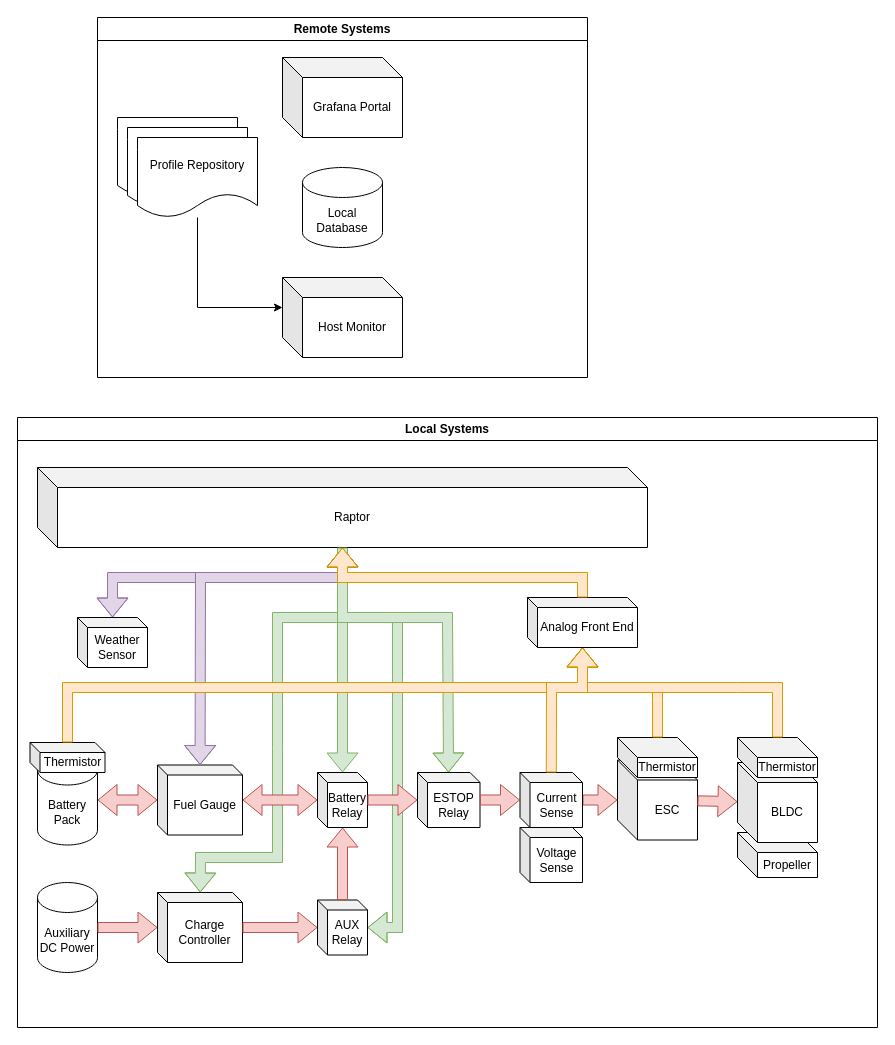
Before: page "ページ2" (2 of 2) of raptor/v1/Topology.drawio in dronectl/ddd, a draw.io diagram. Source tidied: cells renumbered, new cells numbered last; positions are measured from the earlier drawing's top-left corner, leaving out a move shared by most shapes. Both pictures are drawn from the tidied source at 100%, with x=0, y=0 at pixel (17, 17).
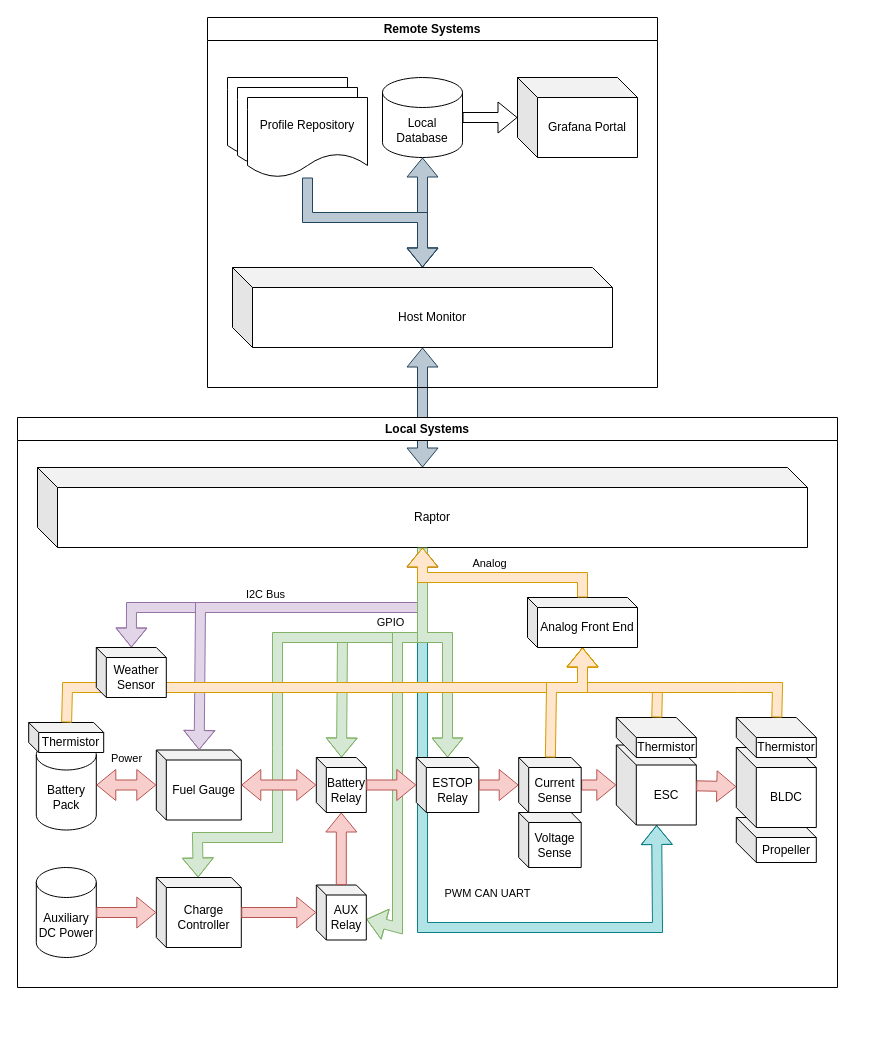
The same page after the edit.

Unchanged cells that the change refers to:
```xml
<mxCell id="28" value="Analog Front End" style="shape=cube;whiteSpace=wrap;html=1;boundedLbl=1;backgroundOutline=1;darkOpacity=0.05;darkOpacity2=0.1;size=10;" parent="2" vertex="1">
  <mxGeometry x="510" y="180" width="110" height="50" as="geometry" />
</mxCell>
```

Diff of the diagram source:
```diff
@@
+    <mxCell id="49" style="shape=flexArrow;endArrow=classic;startArrow=classic;html=1;rounded=0;fillColor=#bac8d3;strokeColor=#23445d;" parent="1" edge="1" source="7" target="42">
+      <mxGeometry relative="1" as="geometry" />
+    </mxCell>
     <mxCell id="2" value="Local Systems" style="swimlane;whiteSpace=wrap;html=1;" parent="1" vertex="1">
-      <mxGeometry y="400" width="860" height="610" as="geometry" />
+      <mxGeometry y="400" width="820" height="570" as="geometry" />
     </mxCell>
+    <mxCell id="50" style="shape=flexArrow;endArrow=classic;html=1;rounded=0;fillColor=#b0e3e6;strokeColor=#0e8088;" parent="2" edge="1" source="7" target="9">
+      <mxGeometry relative="1" as="geometry">
+        <Array as="points">
+          <mxPoint x="405" y="510" />
+          <mxPoint x="640" y="510" />
+        </Array>
+      </mxGeometry>
+    </mxCell>
     <mxCell id="3" style="shape=flexArrow;endArrow=classic;html=1;rounded=0;fillColor=#d5e8d4;strokeColor=#82b366;" parent="2" edge="1" source="7" target="10">
-      <mxGeometry relative="1" as="geometry" />
+      <mxGeometry relative="1" as="geometry">
+        <Array as="points">
+          <mxPoint x="405" y="220" />
+          <mxPoint x="325" y="220" />
+        </Array>
+      </mxGeometry>
     </mxCell>
     <mxCell id="4" style="shape=flexArrow;endArrow=classic;html=1;rounded=0;fillColor=#d5e8d4;strokeColor=#82b366;" parent="2" edge="1" source="7" target="13">
       <mxGeometry relative="1" as="geometry">
         <Array as="points">
-          <mxPoint x="325" y="200" />
-          <mxPoint x="260" y="200" />
+          <mxPoint x="405" y="220" />
+          <mxPoint x="260" y="220" />
           <mxPoint x="260" y="330" />
-          <mxPoint x="260" y="440" />
-          <mxPoint x="183" y="440" />
+          <mxPoint x="260" y="420" />
+          <mxPoint x="180" y="420" />
         </Array>
       </mxGeometry>
     </mxCell>
+    <mxCell id="51" value="GPIO" style="edgeLabel;html=1;align=center;verticalAlign=middle;" parent="4" vertex="1">
+      <mxGeometry x="-0.55" y="2" relative="1" as="geometry">
+        <mxPoint x="2" y="-18" as="offset" />
+      </mxGeometry>
+    </mxCell>
     <mxCell id="5" style="shape=flexArrow;endArrow=classic;html=1;rounded=0;fillColor=#d5e8d4;strokeColor=#82b366;" parent="2" edge="1" source="7" target="16">
       <mxGeometry relative="1" as="geometry">
         <Array as="points">
-          <mxPoint x="325" y="200" />
-          <mxPoint x="380" y="200" />
+          <mxPoint x="405" y="220" />
+          <mxPoint x="380" y="220" />
           <mxPoint x="380" y="510" />
         </Array>
       </mxGeometry>
     </mxCell>
     <mxCell id="6" value="Propeller" style="shape=cube;whiteSpace=wrap;html=1;boundedLbl=1;backgroundOutline=1;darkOpacity=0.05;darkOpacity2=0.1;size=20;" parent="2" vertex="1">
-      <mxGeometry x="720" y="415" width="80" height="45" as="geometry" />
+      <mxGeometry x="718.8" y="400" width="80" height="45" as="geometry" />
     </mxCell>
     <mxCell id="7" value="Raptor" style="shape=cube;whiteSpace=wrap;html=1;boundedLbl=1;backgroundOutline=1;darkOpacity=0.05;darkOpacity2=0.1;" parent="2" vertex="1">
-      <mxGeometry x="20" y="50" width="610" height="80" as="geometry" />
+      <mxGeometry x="20" y="50" width="770" height="80" as="geometry" />
     </mxCell>
     <mxCell id="8" value="BLDC" style="shape=cube;whiteSpace=wrap;html=1;boundedLbl=1;backgroundOutline=1;darkOpacity=0.05;darkOpacity2=0.1;" parent="2" vertex="1">
-      <mxGeometry x="720" y="345" width="80" height="80" as="geometry" />
+      <mxGeometry x="718.8" y="330" width="80" height="80" as="geometry" />
     </mxCell>
     <mxCell id="9" value="ESC" style="shape=cube;whiteSpace=wrap;html=1;boundedLbl=1;backgroundOutline=1;darkOpacity=0.05;darkOpacity2=0.1;" parent="2" vertex="1">
-      <mxGeometry x="600" y="342.5" width="80" height="80" as="geometry" />
+      <mxGeometry x="598.8" y="327.5" width="80" height="80" as="geometry" />
     </mxCell>
     <mxCell id="10" value="Battery Relay" style="shape=cube;whiteSpace=wrap;html=1;boundedLbl=1;backgroundOutline=1;darkOpacity=0.05;darkOpacity2=0.1;size=10;" parent="2" vertex="1">
-      <mxGeometry x="300" y="355" width="50" height="55" as="geometry" />
+      <mxGeometry x="298.8" y="340" width="50" height="55" as="geometry" />
     </mxCell>
     <mxCell id="11" value="Battery&lt;br&gt;Pack" style="shape=cylinder3;whiteSpace=wrap;html=1;boundedLbl=1;backgroundOutline=1;size=15;" parent="2" vertex="1">
-      <mxGeometry x="20" y="337.5" width="60" height="90" as="geometry" />
+      <mxGeometry x="18.8" y="322.5" width="60" height="90" as="geometry" />
     </mxCell>
     <mxCell id="12" value="Auxiliary DC Power" style="shape=cylinder3;whiteSpace=wrap;html=1;boundedLbl=1;backgroundOutline=1;size=15;" parent="2" vertex="1">
-      <mxGeometry x="20" y="465" width="60" height="90" as="geometry" />
+      <mxGeometry x="18.8" y="450" width="60" height="90" as="geometry" />
     </mxCell>
     <mxCell id="13" value="Charge Controller" style="shape=cube;whiteSpace=wrap;html=1;boundedLbl=1;backgroundOutline=1;darkOpacity=0.05;darkOpacity2=0.1;size=10;" parent="2" vertex="1">
-      <mxGeometry x="140" y="475" width="85" height="70" as="geometry" />
+      <mxGeometry x="138.8" y="460" width="85" height="70" as="geometry" />
     </mxCell>
     <mxCell id="14" value="Fuel Gauge" style="shape=cube;whiteSpace=wrap;html=1;boundedLbl=1;backgroundOutline=1;darkOpacity=0.05;darkOpacity2=0.1;size=10;" parent="2" vertex="1">
-      <mxGeometry x="140" y="347.5" width="85" height="70" as="geometry" />
+      <mxGeometry x="138.8" y="332.5" width="85" height="70" as="geometry" />
     </mxCell>
     <mxCell id="15" value="ESTOP&lt;br&gt;Relay" style="shape=cube;whiteSpace=wrap;html=1;boundedLbl=1;backgroundOutline=1;darkOpacity=0.05;darkOpacity2=0.1;size=10;" parent="2" vertex="1">
-      <mxGeometry x="400" y="355" width="62.5" height="55" as="geometry" />
+      <mxGeometry x="398.8" y="340" width="62.5" height="55" as="geometry" />
     </mxCell>
     <mxCell id="16" value="AUX&lt;br&gt;Relay" style="shape=cube;whiteSpace=wrap;html=1;boundedLbl=1;backgroundOutline=1;darkOpacity=0.05;darkOpacity2=0.1;size=10;" parent="2" vertex="1">
-      <mxGeometry x="300" y="482.5" width="50" height="55" as="geometry" />
+      <mxGeometry x="298.8" y="467.5" width="50" height="55" as="geometry" />
     </mxCell>
     <mxCell id="17" value="Thermistor" style="shape=cube;whiteSpace=wrap;html=1;boundedLbl=1;backgroundOutline=1;darkOpacity=0.05;darkOpacity2=0.1;size=10;" parent="2" vertex="1">
-      <mxGeometry x="12.5" y="325" width="75" height="30" as="geometry" />
+      <mxGeometry x="11.2" y="305" width="75" height="30" as="geometry" />
     </mxCell>
     <mxCell id="18" value="Thermistor" style="shape=cube;whiteSpace=wrap;html=1;boundedLbl=1;backgroundOutline=1;darkOpacity=0.05;darkOpacity2=0.1;size=20;" parent="2" vertex="1">
-      <mxGeometry x="600" y="320" width="80" height="40" as="geometry" />
+      <mxGeometry x="598.8" y="300" width="80" height="40" as="geometry" />
     </mxCell>
-    <mxCell id="19" value="Weather Sensor" style="shape=cube;whiteSpace=wrap;html=1;boundedLbl=1;backgroundOutline=1;darkOpacity=0.05;darkOpacity2=0.1;size=10;" parent="2" vertex="1">
-      <mxGeometry x="60" y="200" width="70" height="50" as="geometry" />
-    </mxCell>
@@
     <mxCell id="27" value="Thermistor" style="shape=cube;whiteSpace=wrap;html=1;boundedLbl=1;backgroundOutline=1;darkOpacity=0.05;darkOpacity2=0.1;size=20;" parent="2" vertex="1">
-      <mxGeometry x="720" y="320" width="80" height="40" as="geometry" />
+      <mxGeometry x="718.8" y="300" width="80" height="40" as="geometry" />
     </mxCell>
@@
     <mxCell id="29" style="shape=flexArrow;endArrow=classic;startArrow=classic;html=1;rounded=0;fillColor=#e1d5e7;strokeColor=#9673a6;" parent="2" edge="1" source="19" target="7">
       <mxGeometry relative="1" as="geometry">
         <Array as="points">
-          <mxPoint x="95" y="160" />
-          <mxPoint x="325" y="160" />
+          <mxPoint x="114" y="190" />
+          <mxPoint x="405" y="190" />
         </Array>
       </mxGeometry>
     </mxCell>
     <mxCell id="30" style="shape=flexArrow;endArrow=classic;startArrow=classic;html=1;rounded=0;fillColor=#e1d5e7;strokeColor=#9673a6;" parent="2" edge="1" source="14" target="7">
       <mxGeometry relative="1" as="geometry">
         <Array as="points">
-          <mxPoint x="183" y="160" />
-          <mxPoint x="325" y="160" />
+          <mxPoint x="183" y="190" />
+          <mxPoint x="405" y="190" />
         </Array>
       </mxGeometry>
     </mxCell>
+    <mxCell id="52" value="I2C Bus" style="edgeLabel;html=1;align=center;verticalAlign=middle;" parent="30" vertex="1">
+      <mxGeometry y="-4" relative="1" as="geometry">
+        <mxPoint x="-5" y="-18" as="offset" />
+      </mxGeometry>
+    </mxCell>
     <mxCell id="31" style="shape=flexArrow;endArrow=classic;html=1;rounded=0;fillColor=#d5e8d4;strokeColor=#82b366;" parent="2" edge="1" source="7" target="15">
       <mxGeometry relative="1" as="geometry">
         <Array as="points">
-          <mxPoint x="325" y="200" />
-          <mxPoint x="430" y="200" />
+          <mxPoint x="405" y="220" />
+          <mxPoint x="430" y="220" />
         </Array>
       </mxGeometry>
     </mxCell>
@@
     <mxCell id="35" style="shape=flexArrow;endArrow=classic;html=1;rounded=0;fillColor=#ffe6cc;strokeColor=#d79b00;" parent="2" edge="1" source="28" target="7">
       <mxGeometry relative="1" as="geometry">
         <Array as="points">
           <mxPoint x="565" y="160" />
-          <mxPoint x="325" y="160" />
+          <mxPoint x="405" y="160" />
         </Array>
       </mxGeometry>
     </mxCell>
     <mxCell id="36" value="Voltage Sense" style="shape=cube;whiteSpace=wrap;html=1;boundedLbl=1;backgroundOutline=1;darkOpacity=0.05;darkOpacity2=0.1;size=10;" parent="2" vertex="1">
-      <mxGeometry x="502.5" y="410" width="62.5" height="55" as="geometry" />
+      <mxGeometry x="501.2" y="395" width="62.5" height="55" as="geometry" />
     </mxCell>
@@
     <mxCell id="38" value="Current Sense" style="shape=cube;whiteSpace=wrap;html=1;boundedLbl=1;backgroundOutline=1;darkOpacity=0.05;darkOpacity2=0.1;size=10;" parent="2" vertex="1">
-      <mxGeometry x="502.5" y="355" width="62.5" height="55" as="geometry" />
+      <mxGeometry x="501.2" y="340" width="62.5" height="55" as="geometry" />
     </mxCell>
@@
+    <mxCell id="53" value="Analog" style="edgeLabel;html=1;align=center;verticalAlign=middle;" parent="2" vertex="1">
+      <mxGeometry x="471" y="145" as="geometry" />
+    </mxCell>
+    <mxCell id="54" value="Power" style="edgeLabel;html=1;align=center;verticalAlign=middle;" parent="2" vertex="1">
+      <mxGeometry x="108.8" y="340" as="geometry" />
+    </mxCell>
+    <mxCell id="55" value="PWM CAN UART" style="edgeLabel;html=1;align=center;verticalAlign=middle;" parent="2" vertex="1">
+      <mxGeometry x="469.8" y="475" as="geometry" />
+    </mxCell>
+    <mxCell id="19" value="Weather Sensor" style="shape=cube;whiteSpace=wrap;html=1;boundedLbl=1;backgroundOutline=1;darkOpacity=0.05;darkOpacity2=0.1;size=10;" parent="2" vertex="1">
+      <mxGeometry x="78.8" y="230" width="70" height="50" as="geometry" />
+    </mxCell>
     <mxCell id="41" value="Remote Systems" style="swimlane;whiteSpace=wrap;html=1;" parent="1" vertex="1">
-      <mxGeometry x="80" width="490" height="360" as="geometry" />
+      <mxGeometry x="190" width="450" height="370" as="geometry" />
     </mxCell>
     <mxCell id="42" value="Host Monitor" style="shape=cube;whiteSpace=wrap;html=1;boundedLbl=1;backgroundOutline=1;darkOpacity=0.05;darkOpacity2=0.1;" parent="41" vertex="1">
-      <mxGeometry x="185" y="260" width="120" height="80" as="geometry" />
+      <mxGeometry x="25" y="250" width="380" height="80" as="geometry" />
     </mxCell>
     <mxCell id="43" value="Local&lt;br&gt;Database" style="shape=cylinder3;whiteSpace=wrap;html=1;boundedLbl=1;backgroundOutline=1;size=15;" parent="41" vertex="1">
-      <mxGeometry x="205" y="150" width="80" height="80" as="geometry" />
+      <mxGeometry x="175" y="60" width="80" height="80" as="geometry" />
     </mxCell>
     <mxCell id="44" value="Grafana Portal" style="shape=cube;whiteSpace=wrap;html=1;boundedLbl=1;backgroundOutline=1;darkOpacity=0.05;darkOpacity2=0.1;" parent="41" vertex="1">
-      <mxGeometry x="185" y="40" width="120" height="80" as="geometry" />
+      <mxGeometry x="310" y="60" width="120" height="80" as="geometry" />
     </mxCell>
+    <mxCell id="56" style="group;" parent="41" vertex="1">
+      <mxGeometry x="20" y="60" width="140" height="100" as="geometry" />
+    </mxCell>
-    <mxCell id="45" style="shape=document;whiteSpace=wrap;html=1;boundedLbl=1;" parent="41" vertex="1">
-      <mxGeometry x="20" y="100" width="120" height="80" as="geometry" />
+    <mxCell id="45" style="shape=document;whiteSpace=wrap;html=1;boundedLbl=1;" parent="56" vertex="1">
+      <mxGeometry width="120" height="80" as="geometry" />
     </mxCell>
-    <mxCell id="46" style="shape=document;whiteSpace=wrap;html=1;boundedLbl=1;" parent="1" vertex="1">
-      <mxGeometry x="110" y="110" width="120" height="80" as="geometry" />
+    <mxCell id="46" style="shape=document;whiteSpace=wrap;html=1;boundedLbl=1;" parent="56" vertex="1">
+      <mxGeometry x="10" y="10" width="120" height="80" as="geometry" />
     </mxCell>
-    <mxCell id="47" value="Profile Repository" style="shape=document;whiteSpace=wrap;html=1;boundedLbl=1;" parent="1" vertex="1">
-      <mxGeometry x="120" y="120" width="120" height="80" as="geometry" />
+    <mxCell id="47" value="Profile Repository" style="shape=document;whiteSpace=wrap;html=1;boundedLbl=1;" parent="56" vertex="1">
+      <mxGeometry x="20" y="20" width="120" height="80" as="geometry" />
     </mxCell>
+    <mxCell id="57" style="shape=flexArrow;endArrow=classic;startArrow=classic;html=1;rounded=0;fillColor=#bac8d3;strokeColor=#23445d;" parent="41" edge="1" source="42" target="43">
+      <mxGeometry relative="1" as="geometry" />
+    </mxCell>
+    <mxCell id="58" style="shape=flexArrow;endArrow=classic;html=1;rounded=0;" parent="41" edge="1" source="43" target="44">
+      <mxGeometry relative="1" as="geometry" />
+    </mxCell>
-    <mxCell id="48" style="edgeStyle=orthogonalEdgeStyle;rounded=0;jettySize=auto;html=1;entryX=0;entryY=0;entryDx=0;entryDy=30;entryPerimeter=0;" parent="1" edge="1" source="47" target="42">
+    <mxCell id="48" style="shape=flexArrow;endArrow=classic;html=1;rounded=0;fillColor=#bac8d3;strokeColor=#23445d;" parent="41" edge="1" source="47" target="42">
       <mxGeometry relative="1" as="geometry">
         <Array as="points">
-          <mxPoint x="180" y="290" />
+          <mxPoint x="100" y="200" />
+          <mxPoint x="215" y="200" />
         </Array>
       </mxGeometry>
     </mxCell>
```
